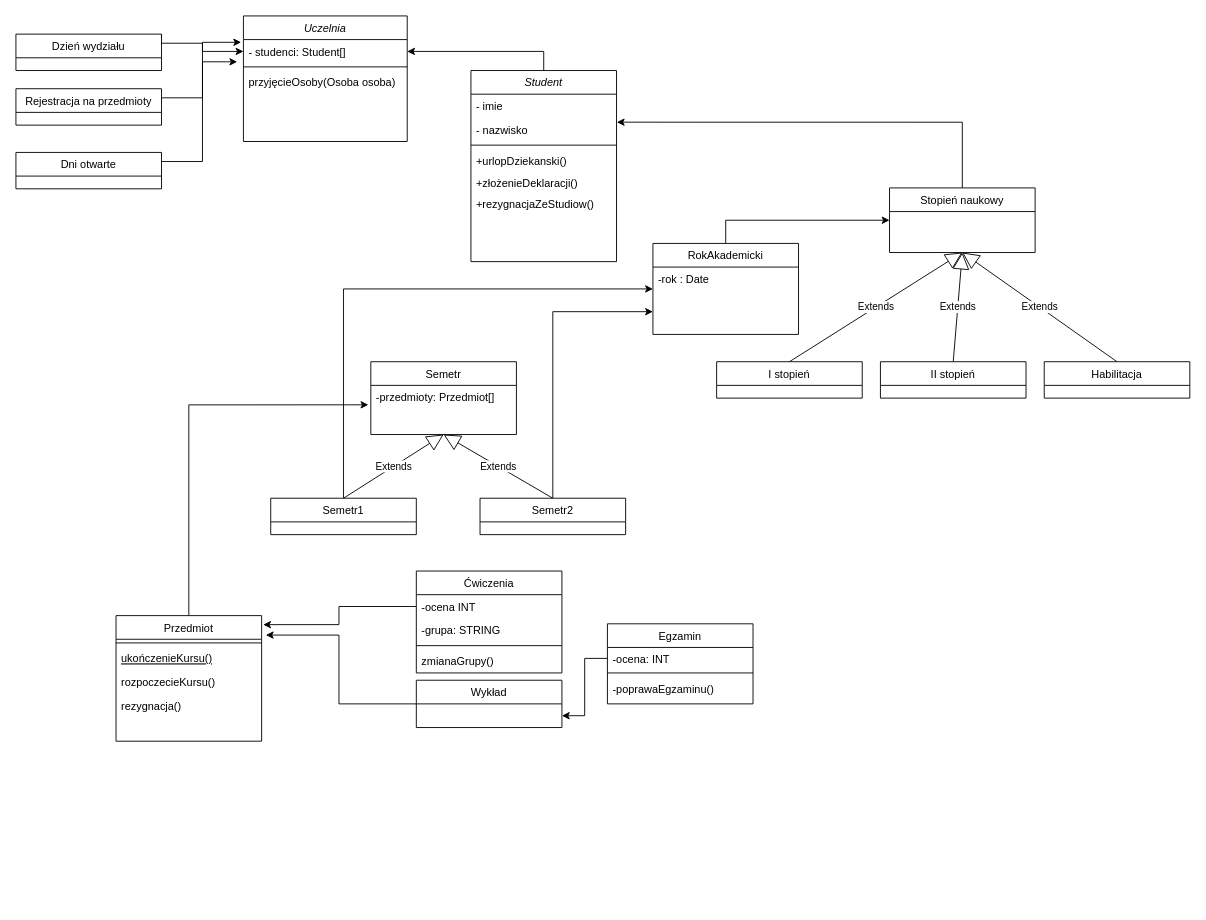
This is Diagram.drawio from nkwasniak/diagrams, a draw.io file, before an edit. Source tidied: cells renumbered, new cells numbered last; positions are measured from the earlier drawing's top-left corner, leaving out a move shared by most shapes. Both pictures are drawn from the tidied source at 91%, with x=0, y=0 at pixel (15, 15).
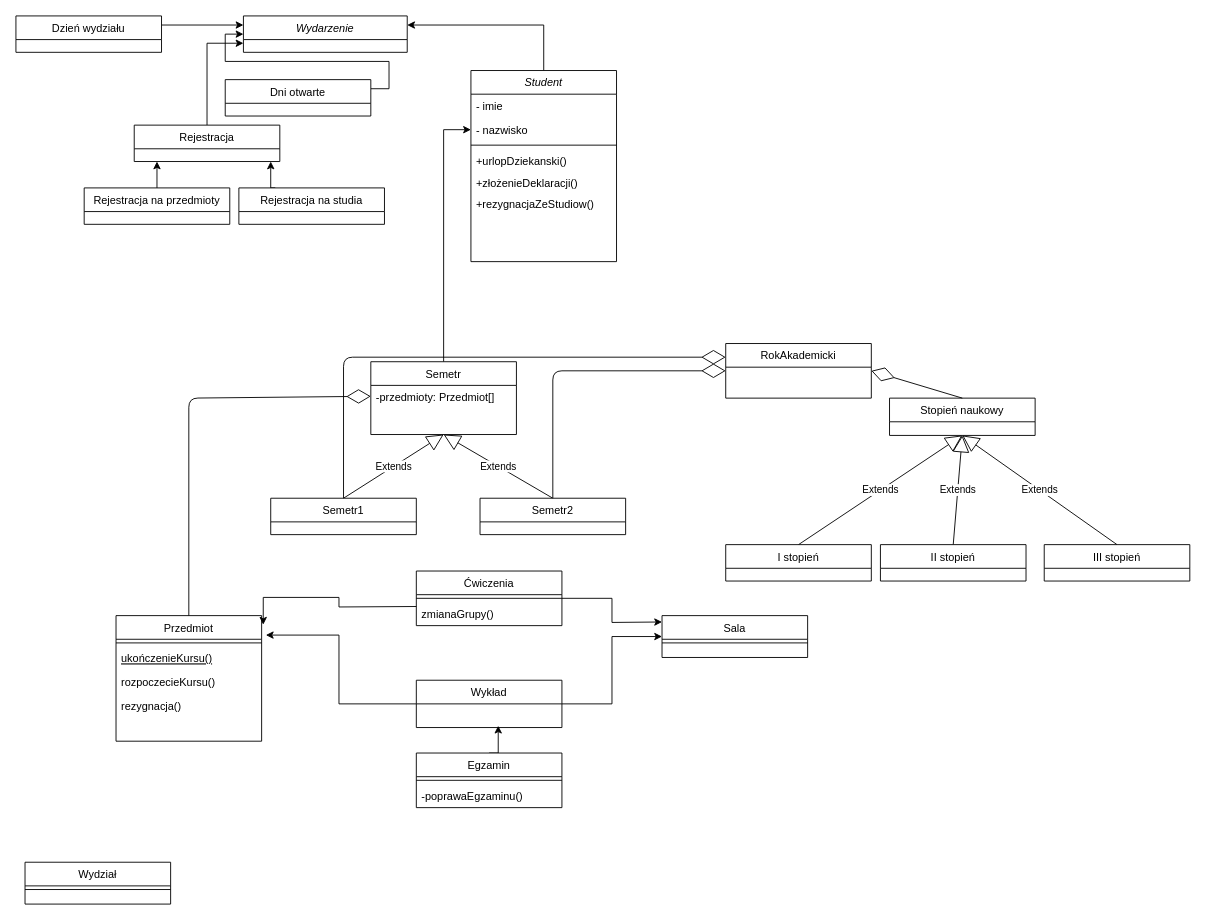
The same page after the edit.

The change refers to these unchanged cells:
```xml
<mxCell id="18" value="Semetr" style="swimlane;fontStyle=0;align=center;verticalAlign=top;horizontal=1;startSize=26;rounded=0;shadow=0;strokeWidth=1;" parent="1" vertex="1">
  <mxGeometry x="390" y="380" width="160" height="80" as="geometry" />
</mxCell>
<mxCell id="19" value="-przedmioty: Przedmiot[]" style="text;align=left;verticalAlign=top;spacingLeft=4;spacingRight=4;overflow=hidden;points=[[0,0.5],[1,0.5]];portConstraint=eastwest;" parent="18" vertex="1">
  <mxGeometry y="26" width="160" height="24" as="geometry" />
</mxCell>
<mxCell id="20" value="Semetr1" style="swimlane;fontStyle=0;align=center;verticalAlign=top;horizontal=1;startSize=26;rounded=0;shadow=0;strokeWidth=1;" parent="1" vertex="1">
  <mxGeometry x="280" y="530" width="160" height="40" as="geometry" />
</mxCell>
<mxCell id="22" value="Wykład" style="swimlane;fontStyle=0;align=center;verticalAlign=top;horizontal=1;startSize=26;rounded=0;shadow=0;strokeWidth=1;" parent="1" vertex="1">
  <mxGeometry x="440" y="730" width="160" height="52" as="geometry" />
</mxCell>
<mxCell id="27" value="Student" style="swimlane;fontStyle=2;align=center;verticalAlign=top;horizontal=1;startSize=26;rounded=0;shadow=0;strokeWidth=1;" parent="1" vertex="1">
  <mxGeometry x="500" y="60" width="160" height="210" as="geometry" />
</mxCell>
<mxCell id="28" value="- imie" style="text;align=left;verticalAlign=top;spacingLeft=4;spacingRight=4;overflow=hidden;points=[[0,0.5],[1,0.5]];portConstraint=eastwest;" parent="27" vertex="1">
  <mxGeometry y="26" width="160" height="26" as="geometry" />
</mxCell>
<mxCell id="29" value="- nazwisko" style="text;align=left;verticalAlign=top;spacingLeft=4;spacingRight=4;overflow=hidden;points=[[0,0.5],[1,0.5]];portConstraint=eastwest;" parent="27" vertex="1">
  <mxGeometry y="52" width="160" height="26" as="geometry" />
</mxCell>
<mxCell id="36" value="Semetr2" style="swimlane;fontStyle=0;align=center;verticalAlign=top;horizontal=1;startSize=26;rounded=0;shadow=0;strokeWidth=1;" parent="1" vertex="1">
  <mxGeometry x="510" y="530" width="160" height="40" as="geometry" />
</mxCell>
<mxCell id="44" value="Przedmiot" style="swimlane;fontStyle=0;align=center;verticalAlign=top;horizontal=1;startSize=26;rounded=0;shadow=0;strokeWidth=1;" parent="1" vertex="1">
  <mxGeometry x="110" y="659" width="160" height="138" as="geometry" />
</mxCell>
```

Change to the diagram source:
```diff
@@
-    <mxCell id="2" style="edgeStyle=orthogonalEdgeStyle;rounded=0;jettySize=auto;html=1;exitX=0.5;exitY=0;exitDx=0;exitDy=0;entryX=-0.017;entryY=0.89;entryDx=0;entryDy=0;entryPerimeter=0;" parent="1" edge="1" source="44" target="19">
-      <mxGeometry relative="1" as="geometry" />
-    </mxCell>
-    <mxCell id="3" style="edgeStyle=orthogonalEdgeStyle;rounded=0;jettySize=auto;html=1;exitX=0.5;exitY=0;exitDx=0;exitDy=0;entryX=1;entryY=0.5;entryDx=0;entryDy=0;" parent="1" edge="1" source="27" target="14">
-      <mxGeometry relative="1" as="geometry" />
-    </mxCell>
-    <mxCell id="4" style="edgeStyle=orthogonalEdgeStyle;rounded=0;jettySize=auto;html=1;exitX=0.5;exitY=0;exitDx=0;exitDy=0;entryX=1.002;entryY=1.183;entryDx=0;entryDy=0;entryPerimeter=0;" parent="1" edge="1" source="17" target="28">
-      <mxGeometry relative="1" as="geometry" />
-    </mxCell>
@@
     <mxCell id="6" value="Extends" style="endArrow=block;endSize=16;endFill=0;html=1;exitX=0.5;exitY=0;exitDx=0;exitDy=0;entryX=0.5;entryY=1;entryDx=0;entryDy=0;" parent="1" edge="1" target="17">
       <mxGeometry relative="1" as="geometry">
-        <mxPoint x="1210" y="380" as="sourcePoint" />
+        <mxPoint x="1210" y="581" as="sourcePoint" />
       </mxGeometry>
     </mxCell>
-    <mxCell id="7" style="edgeStyle=orthogonalEdgeStyle;rounded=0;jettySize=auto;html=1;exitX=0.5;exitY=0;exitDx=0;exitDy=0;entryX=0;entryY=0.5;entryDx=0;entryDy=0;" parent="1" edge="1" source="34" target="17">
-      <mxGeometry relative="1" as="geometry" />
-    </mxCell>
@@
-    <mxCell id="10" style="edgeStyle=orthogonalEdgeStyle;rounded=0;jettySize=auto;html=1;exitX=0.5;exitY=0;exitDx=0;exitDy=0;entryX=0;entryY=0.5;entryDx=0;entryDy=0;" parent="1" edge="1" source="20" target="34">
-      <mxGeometry relative="1" as="geometry" />
-    </mxCell>
-    <mxCell id="11" style="edgeStyle=orthogonalEdgeStyle;rounded=0;jettySize=auto;html=1;exitX=0.5;exitY=0;exitDx=0;exitDy=0;entryX=0;entryY=0.75;entryDx=0;entryDy=0;" parent="1" edge="1" source="36" target="34">
-      <mxGeometry relative="1" as="geometry" />
-    </mxCell>
     <mxCell id="12" value="Extends" style="endArrow=block;endSize=16;endFill=0;html=1;exitX=0.5;exitY=0;exitDx=0;exitDy=0;" parent="1" edge="1" source="43">
       <mxGeometry relative="1" as="geometry">
-        <mxPoint x="1040" y="260" as="targetPoint" />
+        <mxPoint x="1040" y="461" as="targetPoint" />
       </mxGeometry>
     </mxCell>
-    <mxCell id="13" value="Uczelnia" style="swimlane;fontStyle=2;align=center;verticalAlign=top;horizontal=1;startSize=26;rounded=0;shadow=0;strokeWidth=1;" parent="1" vertex="1">
-      <mxGeometry x="250" width="180" height="138" as="geometry" />
+    <mxCell id="13" value="Wydarzenie" style="swimlane;fontStyle=2;align=center;verticalAlign=top;horizontal=1;startSize=26;rounded=0;shadow=0;strokeWidth=1;" parent="1" vertex="1">
+      <mxGeometry x="250" width="180" height="40" as="geometry" />
     </mxCell>
-    <mxCell id="14" value="- studenci: Student[]" style="text;align=left;verticalAlign=top;spacingLeft=4;spacingRight=4;overflow=hidden;points=[[0,0.5],[1,0.5]];portConstraint=eastwest;" parent="13" vertex="1">
-      <mxGeometry y="26" width="180" height="26" as="geometry" />
-    </mxCell>
-    <mxCell id="15" style="line;html=1;strokeWidth=1;align=left;verticalAlign=middle;spacingTop=-1;spacingLeft=3;spacingRight=3;labelPosition=right;" parent="13" vertex="1">
-      <mxGeometry y="52" width="180" height="8" as="geometry" />
-    </mxCell>
-    <mxCell id="16" value="przyjęcieOsoby(Osoba osoba)" style="text;align=left;verticalAlign=top;spacingLeft=4;spacingRight=4;overflow=hidden;" parent="13" vertex="1">
-      <mxGeometry y="60" width="180" height="26" as="geometry" />
-    </mxCell>
-    <mxCell id="17" value="Stopień naukowy" style="swimlane;fontStyle=0;align=center;verticalAlign=top;horizontal=1;startSize=26;rounded=0;shadow=0;strokeWidth=1;" parent="1" vertex="1">
-      <mxGeometry x="960" y="189" width="160" height="71" as="geometry" />
-    </mxCell>
+    <mxCell id="58" style="edgeStyle=orthogonalEdgeStyle;rounded=0;jettySize=auto;html=1;exitX=0.5;exitY=0;exitDx=0;exitDy=0;entryX=0;entryY=0.5;entryDx=0;entryDy=0;" parent="1" edge="1" source="18" target="29">
+      <mxGeometry relative="1" as="geometry" />
+    </mxCell>
@@
+    <mxCell id="59" style="edgeStyle=orthogonalEdgeStyle;rounded=0;jettySize=auto;html=1;exitX=1;exitY=0.5;exitDx=0;exitDy=0;entryX=0;entryY=0.5;entryDx=0;entryDy=0;" parent="1" edge="1" source="22" target="71">
+      <mxGeometry relative="1" as="geometry" />
+    </mxCell>
@@
-    <mxCell id="23" value="Egzamin" style="swimlane;fontStyle=0;align=center;verticalAlign=top;horizontal=1;startSize=26;rounded=0;shadow=0;strokeWidth=1;" parent="1" vertex="1">
-      <mxGeometry x="650" y="668" width="160" height="88" as="geometry" />
-    </mxCell>
-    <mxCell id="24" value="-ocena: INT" style="text;align=left;verticalAlign=top;spacingLeft=4;spacingRight=4;overflow=hidden;points=[[0,0.5],[1,0.5]];portConstraint=eastwest;" parent="23" vertex="1">
-      <mxGeometry y="26" width="160" height="24" as="geometry" />
-    </mxCell>
-    <mxCell id="25" style="line;html=1;strokeWidth=1;align=left;verticalAlign=middle;spacingTop=-1;spacingLeft=3;spacingRight=3;labelPosition=right;" parent="23" vertex="1">
-      <mxGeometry y="50" width="160" height="8" as="geometry" />
-    </mxCell>
-    <mxCell id="26" value="-poprawaEgzaminu()" style="text;align=left;verticalAlign=top;spacingLeft=4;spacingRight=4;overflow=hidden;" parent="23" vertex="1">
-      <mxGeometry y="58" width="160" height="24" as="geometry" />
-    </mxCell>
+    <mxCell id="60" style="edgeStyle=orthogonalEdgeStyle;rounded=0;jettySize=auto;html=1;exitX=0.5;exitY=0;exitDx=0;exitDy=0;entryX=1;entryY=0.25;entryDx=0;entryDy=0;" parent="1" edge="1" source="27" target="13">
+      <mxGeometry relative="1" as="geometry" />
+    </mxCell>
@@
-    <mxCell id="34" value="RokAkademicki" style="swimlane;fontStyle=0;align=center;verticalAlign=top;horizontal=1;startSize=26;rounded=0;shadow=0;strokeWidth=1;" parent="1" vertex="1">
-      <mxGeometry x="700" y="250" width="160" height="100" as="geometry" />
-    </mxCell>
-    <mxCell id="35" value="-rok : Date" style="text;align=left;verticalAlign=top;spacingLeft=4;spacingRight=4;overflow=hidden;" parent="34" vertex="1">
-      <mxGeometry y="26" width="160" height="24" as="geometry" />
-    </mxCell>
@@
+    <mxCell id="61" style="edgeStyle=orthogonalEdgeStyle;rounded=0;jettySize=auto;html=1;exitX=1;exitY=0.5;exitDx=0;exitDy=0;" parent="1" edge="1" source="37">
+      <mxGeometry relative="1" as="geometry">
+        <mxPoint x="710" y="666" as="targetPoint" />
+      </mxGeometry>
+    </mxCell>
     <mxCell id="37" value="Ćwiczenia" style="swimlane;fontStyle=0;align=center;verticalAlign=top;horizontal=1;startSize=26;rounded=0;shadow=0;strokeWidth=1;" parent="1" vertex="1">
-      <mxGeometry x="440" y="610" width="160" height="112" as="geometry" />
+      <mxGeometry x="440" y="610" width="160" height="60" as="geometry" />
     </mxCell>
-    <mxCell id="38" value="-ocena INT" style="text;align=left;verticalAlign=top;spacingLeft=4;spacingRight=4;overflow=hidden;points=[[0,0.5],[1,0.5]];portConstraint=eastwest;" parent="37" vertex="1">
-      <mxGeometry y="26" width="160" height="26" as="geometry" />
-    </mxCell>
-    <mxCell id="39" value="-grupa: STRING" style="text;align=left;verticalAlign=top;spacingLeft=4;spacingRight=4;overflow=hidden;" parent="37" vertex="1">
-      <mxGeometry y="52" width="160" height="26" as="geometry" />
-    </mxCell>
     <mxCell id="40" style="line;html=1;strokeWidth=1;align=left;verticalAlign=middle;spacingTop=-1;spacingLeft=3;spacingRight=3;labelPosition=right;" parent="37" vertex="1">
-      <mxGeometry y="78" width="160" height="8" as="geometry" />
+      <mxGeometry y="26" width="160" height="8" as="geometry" />
     </mxCell>
     <mxCell id="41" value="zmianaGrupy()" style="text;align=left;verticalAlign=top;spacingLeft=4;spacingRight=4;overflow=hidden;" parent="37" vertex="1">
-      <mxGeometry y="86" width="160" height="26" as="geometry" />
+      <mxGeometry y="34" width="160" height="26" as="geometry" />
     </mxCell>
-    <mxCell id="42" value="I stopień" style="swimlane;fontStyle=0;align=center;verticalAlign=top;horizontal=1;startSize=26;rounded=0;shadow=0;strokeWidth=1;" parent="1" vertex="1">
-      <mxGeometry x="770" y="380" width="160" height="40" as="geometry" />
-    </mxCell>
-    <mxCell id="43" value="II stopień" style="swimlane;fontStyle=0;align=center;verticalAlign=top;horizontal=1;startSize=26;rounded=0;shadow=0;strokeWidth=1;" parent="1" vertex="1">
-      <mxGeometry x="950" y="380" width="160" height="40" as="geometry" />
-    </mxCell>
@@
-    <mxCell id="49" style="edgeStyle=orthogonalEdgeStyle;rounded=0;jettySize=auto;html=1;exitX=0;exitY=0.5;exitDx=0;exitDy=0;entryX=1.011;entryY=0.072;entryDx=0;entryDy=0;entryPerimeter=0;" parent="1" edge="1" source="38" target="44">
-      <mxGeometry relative="1" as="geometry" />
+    <mxCell id="49" style="edgeStyle=orthogonalEdgeStyle;rounded=0;jettySize=auto;html=1;exitX=0;exitY=0.5;exitDx=0;exitDy=0;entryX=1.011;entryY=0.072;entryDx=0;entryDy=0;entryPerimeter=0;" parent="1" edge="1" target="44">
+      <mxGeometry relative="1" as="geometry">
+        <mxPoint x="440" y="649" as="sourcePoint" />
+      </mxGeometry>
     </mxCell>
-    <mxCell id="50" style="edgeStyle=orthogonalEdgeStyle;rounded=0;jettySize=auto;html=1;exitX=0;exitY=0.5;exitDx=0;exitDy=0;entryX=1;entryY=0.75;entryDx=0;entryDy=0;" parent="1" edge="1" source="24" target="22">
-      <mxGeometry relative="1" as="geometry" />
-    </mxCell>
+    <mxCell id="62" style="edgeStyle=orthogonalEdgeStyle;rounded=0;jettySize=auto;html=1;exitX=1;exitY=0.25;exitDx=0;exitDy=0;entryX=0;entryY=0.25;entryDx=0;entryDy=0;" parent="1" edge="1" source="57" target="13">
+      <mxGeometry relative="1" as="geometry" />
+    </mxCell>
+    <mxCell id="57" value="Dzień wydziału" style="swimlane;fontStyle=0;align=center;verticalAlign=top;horizontal=1;startSize=26;rounded=0;shadow=0;strokeWidth=1;" parent="1" vertex="1">
+      <mxGeometry width="160" height="40" as="geometry" />
+    </mxCell>
+    <mxCell id="63" style="edgeStyle=orthogonalEdgeStyle;rounded=0;jettySize=auto;html=1;exitX=1;exitY=0.25;exitDx=0;exitDy=0;entryX=0;entryY=0.5;entryDx=0;entryDy=0;" parent="1" edge="1" source="55" target="13">
+      <mxGeometry relative="1" as="geometry" />
+    </mxCell>
+    <mxCell id="17" value="Stopień naukowy" style="swimlane;fontStyle=0;align=center;verticalAlign=top;horizontal=1;startSize=26;rounded=0;shadow=0;strokeWidth=1;" parent="1" vertex="1">
+      <mxGeometry x="960" y="420" width="160" height="41" as="geometry" />
+    </mxCell>
+    <mxCell id="43" value="II stopień" style="swimlane;fontStyle=0;align=center;verticalAlign=top;horizontal=1;startSize=26;rounded=0;shadow=0;strokeWidth=1;" parent="1" vertex="1">
+      <mxGeometry x="950" y="581" width="160" height="40" as="geometry" />
+    </mxCell>
-    <mxCell id="51" value="Habilitacja" style="swimlane;fontStyle=0;align=center;verticalAlign=top;horizontal=1;startSize=26;rounded=0;shadow=0;strokeWidth=1;" parent="1" vertex="1">
-      <mxGeometry x="1130" y="380" width="160" height="40" as="geometry" />
+    <mxCell id="51" value="III stopień" style="swimlane;fontStyle=0;align=center;verticalAlign=top;horizontal=1;startSize=26;rounded=0;shadow=0;strokeWidth=1;" parent="1" vertex="1">
+      <mxGeometry x="1130" y="581" width="160" height="40" as="geometry" />
     </mxCell>
-    <mxCell id="52" style="edgeStyle=orthogonalEdgeStyle;rounded=0;jettySize=auto;html=1;exitX=1;exitY=0.25;exitDx=0;exitDy=0;entryX=-0.038;entryY=0.94;entryDx=0;entryDy=0;entryPerimeter=0;" parent="1" edge="1" source="53" target="14">
-      <mxGeometry relative="1" as="geometry" />
-    </mxCell>
+    <mxCell id="42" value="I stopień" style="swimlane;fontStyle=0;align=center;verticalAlign=top;horizontal=1;startSize=26;rounded=0;shadow=0;strokeWidth=1;" parent="1" vertex="1">
+      <mxGeometry x="780" y="581" width="160" height="40" as="geometry" />
+    </mxCell>
+    <mxCell id="64" style="endArrow=diamondThin;endFill=0;endSize=24;html=1;exitX=0.5;exitY=0;exitDx=0;exitDy=0;entryX=1;entryY=0.5;entryDx=0;entryDy=0;" parent="1" edge="1" source="17" target="34">
+      <mxGeometry relative="1" as="geometry" />
+    </mxCell>
+    <mxCell id="34" value="RokAkademicki" style="swimlane;fontStyle=0;align=center;verticalAlign=top;horizontal=1;startSize=26;rounded=0;shadow=0;strokeWidth=1;" parent="1" vertex="1">
+      <mxGeometry x="780" y="360" width="160" height="60" as="geometry" />
+    </mxCell>
+    <mxCell id="11" style="endArrow=diamondThin;endFill=0;endSize=24;html=1;exitX=0.5;exitY=0;exitDx=0;exitDy=0;entryX=0;entryY=0.5;entryDx=0;entryDy=0;" parent="1" edge="1" source="36" target="34">
+      <mxGeometry relative="1" as="geometry">
+        <Array as="points">
+          <mxPoint x="590" y="390" />
+        </Array>
+      </mxGeometry>
+    </mxCell>
+    <mxCell id="10" style="endArrow=diamondThin;endFill=0;endSize=24;html=1;exitX=0.5;exitY=0;exitDx=0;exitDy=0;entryX=0;entryY=0.25;entryDx=0;entryDy=0;" parent="1" edge="1" source="20" target="34">
+      <mxGeometry relative="1" as="geometry">
+        <Array as="points">
+          <mxPoint x="360" y="375" />
+        </Array>
+      </mxGeometry>
+    </mxCell>
+    <mxCell id="2" style="endArrow=diamondThin;endFill=0;endSize=24;html=1;exitX=0.5;exitY=0;exitDx=0;exitDy=0;entryX=0;entryY=0.5;entryDx=0;entryDy=0;" parent="1" edge="1" source="44" target="19">
+      <mxGeometry relative="1" as="geometry">
+        <Array as="points">
+          <mxPoint x="190" y="420" />
+        </Array>
+      </mxGeometry>
+    </mxCell>
+    <mxCell id="65" style="edgeStyle=orthogonalEdgeStyle;rounded=0;jettySize=auto;html=1;exitX=0.5;exitY=0;exitDx=0;exitDy=0;" parent="1" edge="1" source="53">
+      <mxGeometry relative="1" as="geometry">
+        <mxPoint x="155" y="160" as="targetPoint" />
+      </mxGeometry>
+    </mxCell>
+    <mxCell id="66" style="edgeStyle=orthogonalEdgeStyle;rounded=0;jettySize=auto;html=1;exitX=0.25;exitY=0;exitDx=0;exitDy=0;" parent="1" edge="1" source="67">
+      <mxGeometry relative="1" as="geometry">
+        <mxPoint x="280" y="160" as="targetPoint" />
+      </mxGeometry>
+    </mxCell>
     <mxCell id="53" value="Rejestracja na przedmioty" style="swimlane;fontStyle=0;align=center;verticalAlign=top;horizontal=1;startSize=26;rounded=0;shadow=0;strokeWidth=1;" parent="1" vertex="1">
-      <mxGeometry y="80" width="160" height="40" as="geometry" />
+      <mxGeometry x="75" y="189" width="160" height="40" as="geometry" />
     </mxCell>
-    <mxCell id="54" style="edgeStyle=orthogonalEdgeStyle;rounded=0;jettySize=auto;html=1;exitX=1;exitY=0.25;exitDx=0;exitDy=0;entryX=-0.014;entryY=0.115;entryDx=0;entryDy=0;entryPerimeter=0;" parent="1" edge="1" source="55" target="14">
-      <mxGeometry relative="1" as="geometry" />
-    </mxCell>
+    <mxCell id="67" value="Rejestracja na studia&#10;" style="swimlane;fontStyle=0;align=center;verticalAlign=top;horizontal=1;startSize=26;rounded=0;shadow=0;strokeWidth=1;" parent="1" vertex="1">
+      <mxGeometry x="245" y="189" width="160" height="40" as="geometry" />
+    </mxCell>
     <mxCell id="55" value="Dni otwarte" style="swimlane;fontStyle=0;align=center;verticalAlign=top;horizontal=1;startSize=26;rounded=0;shadow=0;strokeWidth=1;" parent="1" vertex="1">
-      <mxGeometry y="150" width="160" height="40" as="geometry" />
+      <mxGeometry x="230" y="70" width="160" height="40" as="geometry" />
     </mxCell>
-    <mxCell id="56" style="edgeStyle=orthogonalEdgeStyle;rounded=0;jettySize=auto;html=1;exitX=1;exitY=0;exitDx=0;exitDy=0;" parent="1" edge="1" source="57" target="14">
-      <mxGeometry relative="1" as="geometry">
-        <Array as="points">
-          <mxPoint x="160" y="30" />
-          <mxPoint x="205" y="30" />
-          <mxPoint x="205" y="39" />
-        </Array>
-      </mxGeometry>
-    </mxCell>
-    <mxCell id="57" value="Dzień wydziału" style="swimlane;fontStyle=0;align=center;verticalAlign=top;horizontal=1;startSize=26;rounded=0;shadow=0;strokeWidth=1;" parent="1" vertex="1">
-      <mxGeometry y="20" width="160" height="40" as="geometry" />
-    </mxCell>
+    <mxCell id="68" style="edgeStyle=orthogonalEdgeStyle;rounded=0;jettySize=auto;html=1;exitX=0.5;exitY=0;exitDx=0;exitDy=0;entryX=0;entryY=0.75;entryDx=0;entryDy=0;" parent="1" edge="1" source="69" target="13">
+      <mxGeometry relative="1" as="geometry" />
+    </mxCell>
+    <mxCell id="69" value="Rejestracja" style="swimlane;fontStyle=0;align=center;verticalAlign=top;horizontal=1;startSize=26;rounded=0;shadow=0;strokeWidth=1;" parent="1" vertex="1">
+      <mxGeometry x="130" y="120" width="160" height="40" as="geometry" />
+    </mxCell>
+    <mxCell id="70" style="edgeStyle=orthogonalEdgeStyle;rounded=0;jettySize=auto;html=1;exitX=0.5;exitY=0;exitDx=0;exitDy=0;" parent="1" edge="1" source="23">
+      <mxGeometry relative="1" as="geometry">
+        <mxPoint x="530" y="780" as="targetPoint" />
+      </mxGeometry>
+    </mxCell>
+    <mxCell id="71" value="Sala" style="swimlane;fontStyle=0;align=center;verticalAlign=top;horizontal=1;startSize=26;rounded=0;shadow=0;strokeWidth=1;" parent="1" vertex="1">
+      <mxGeometry x="710" y="659" width="160" height="46" as="geometry" />
+    </mxCell>
+    <mxCell id="72" style="line;html=1;strokeWidth=1;align=left;verticalAlign=middle;spacingTop=-1;spacingLeft=3;spacingRight=3;labelPosition=right;" parent="71" vertex="1">
+      <mxGeometry y="26" width="160" height="8" as="geometry" />
+    </mxCell>
+    <mxCell id="23" value="Egzamin" style="swimlane;fontStyle=0;align=center;verticalAlign=top;horizontal=1;startSize=26;rounded=0;shadow=0;strokeWidth=1;" parent="1" vertex="1">
+      <mxGeometry x="440" y="810" width="160" height="60" as="geometry" />
+    </mxCell>
+    <mxCell id="25" style="line;html=1;strokeWidth=1;align=left;verticalAlign=middle;spacingTop=-1;spacingLeft=3;spacingRight=3;labelPosition=right;" parent="23" vertex="1">
+      <mxGeometry y="26" width="160" height="8" as="geometry" />
+    </mxCell>
+    <mxCell id="26" value="-poprawaEgzaminu()" style="text;align=left;verticalAlign=top;spacingLeft=4;spacingRight=4;overflow=hidden;" parent="23" vertex="1">
+      <mxGeometry y="34" width="160" height="24" as="geometry" />
+    </mxCell>
+    <mxCell id="73" value="Wydział" style="swimlane;fontStyle=0;align=center;verticalAlign=top;horizontal=1;startSize=26;rounded=0;shadow=0;strokeWidth=1;" parent="1" vertex="1">
+      <mxGeometry x="10" y="930" width="160" height="46" as="geometry" />
+    </mxCell>
+    <mxCell id="74" style="line;html=1;strokeWidth=1;align=left;verticalAlign=middle;spacingTop=-1;spacingLeft=3;spacingRight=3;labelPosition=right;" parent="73" vertex="1">
+      <mxGeometry y="26" width="160" height="8" as="geometry" />
+    </mxCell>
```
